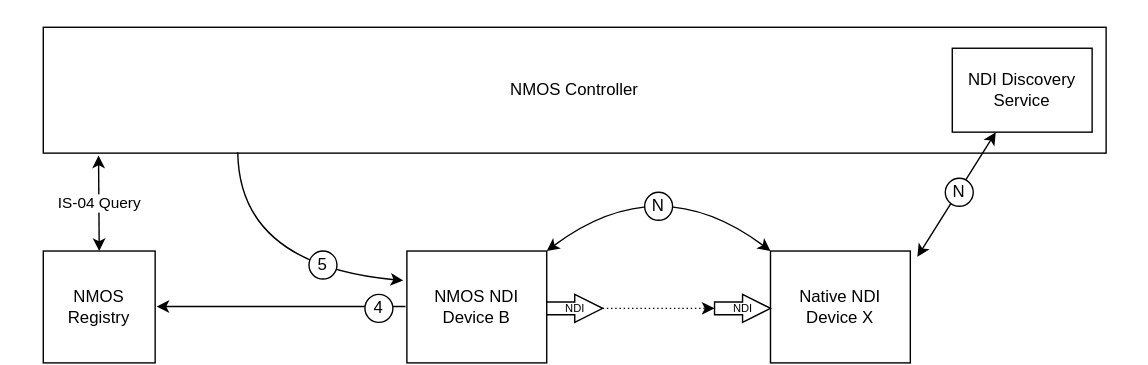
Earlier version of the draw.io export docs/images/NMOS-NDI-UseCase3-drawio.svg (AMWA-TV/bcp-007-01). Source tidied: cells renumbered, new cells last; positions are measured from the earlier drawing's top-left corner, leaving out a move shared by most shapes. The source it was exported from:
```xml
<mxGraphModel background="#ffffff">
  <root>
    <mxCell id="0" />
    <mxCell id="1" parent="0" />
    <mxCell id="2" value="NMOS Controller" style="rounded=0;whiteSpace=wrap;html=1;" parent="1" vertex="1">
      <mxGeometry x="30" y="20" width="760" height="90" as="geometry" />
    </mxCell>
    <mxCell id="3" value="NDI Discovery&lt;br&gt;Service" style="rounded=0;whiteSpace=wrap;html=1;" parent="1" vertex="1">
      <mxGeometry x="680" y="35" width="100" height="60" as="geometry" />
    </mxCell>
    <mxCell id="4" value="NMOS&lt;br&gt;Registry" style="rounded=0;whiteSpace=wrap;html=1;" parent="1" vertex="1">
      <mxGeometry x="30" y="180" width="80" height="80" as="geometry" />
    </mxCell>
    <mxCell id="5" style="endArrow=classic;startArrow=classic;html=1;rounded=0;exitX=0.5;exitY=0;exitDx=0;exitDy=0;entryX=0.052;entryY=1.019;entryDx=0;entryDy=0;entryPerimeter=0;" parent="1" edge="1" source="4" target="2">
      <mxGeometry relative="1" as="geometry" />
    </mxCell>
    <mxCell id="6" value="IS-04 Query" style="edgeLabel;html=1;align=center;verticalAlign=middle;" parent="5" vertex="1">
      <mxGeometry x="0.01" relative="1" as="geometry" />
    </mxCell>
    <mxCell id="7" value="Native NDI Device X" style="rounded=0;whiteSpace=wrap;html=1;" parent="1" vertex="1">
      <mxGeometry x="550" y="180" width="100" height="80" as="geometry" />
    </mxCell>
    <mxCell id="8" value="NMOS NDI Device B" style="rounded=0;whiteSpace=wrap;html=1;" parent="1" vertex="1">
      <mxGeometry x="290" y="180" width="100" height="80" as="geometry" />
    </mxCell>
    <mxCell id="9" style="endArrow=classic;startArrow=classic;html=1;rounded=0;exitX=1.05;exitY=0.052;exitDx=0;exitDy=0;exitPerimeter=0;" parent="1" edge="1" target="3">
      <mxGeometry relative="1" as="geometry">
        <mxPoint x="655" y="184.2" as="sourcePoint" />
      </mxGeometry>
    </mxCell>
    <mxCell id="10" style="endArrow=classic;html=1;rounded=0;entryX=1;entryY=0.5;entryDx=0;entryDy=0;startArrow=none;startFill=0;exitX=-0.016;exitY=0.804;exitDx=0;exitDy=0;exitPerimeter=0;" parent="1" edge="1">
      <mxGeometry relative="1" as="geometry">
        <mxPoint x="289" y="219.7" as="sourcePoint" />
        <mxPoint x="111" y="219.7" as="targetPoint" />
      </mxGeometry>
    </mxCell>
    <mxCell id="11" style="curved=1;endArrow=classic;html=1;rounded=0;exitX=0.183;exitY=0.993;exitDx=0;exitDy=0;exitPerimeter=0;entryX=-0.026;entryY=0.264;entryDx=0;entryDy=0;entryPerimeter=0;" parent="1" edge="1" source="2">
      <mxGeometry relative="1" as="geometry">
        <mxPoint x="287.4" y="201.1" as="targetPoint" />
        <Array as="points">
          <mxPoint x="170" y="190" />
        </Array>
      </mxGeometry>
    </mxCell>
    <mxCell id="12" value="NDI" style="html=1;shadow=0;dashed=0;align=center;verticalAlign=middle;shape=mxgraph.arrows2.arrow;dy=0.54;dx=19.97;notch=0;fontSize=8;" parent="1" vertex="1">
      <mxGeometry x="510" y="211" width="40" height="20" as="geometry" />
    </mxCell>
    <mxCell id="13" style="rounded=0;whiteSpace=wrap;html=1;strokeColor=none;fillColor=none;" parent="1" vertex="1">
      <mxGeometry width="820" height="10" as="geometry" />
    </mxCell>
    <mxCell id="14" value="NDI" style="html=1;shadow=0;dashed=0;align=center;verticalAlign=middle;shape=mxgraph.arrows2.arrow;dy=0.54;dx=19.97;notch=0;fontSize=8;" parent="1" vertex="1">
      <mxGeometry x="390" y="211" width="40" height="20" as="geometry" />
    </mxCell>
    <mxCell id="15" style="endArrow=classic;html=1;rounded=0;entryX=0;entryY=0.5;entryDx=0;entryDy=0;entryPerimeter=0;exitX=1;exitY=0.5;exitDx=0;exitDy=0;exitPerimeter=0;dashed=1;dashPattern=1 2;" parent="1" edge="1" source="14" target="12">
      <mxGeometry relative="1" as="geometry" />
    </mxCell>
    <mxCell id="16" style="curved=1;endArrow=classic;html=1;rounded=0;exitX=1;exitY=0;exitDx=0;exitDy=0;entryX=0;entryY=0;entryDx=0;entryDy=0;startArrow=classic;startFill=1;" parent="1" edge="1" source="8" target="7">
      <mxGeometry relative="1" as="geometry">
        <Array as="points">
          <mxPoint x="470" y="120" />
        </Array>
      </mxGeometry>
    </mxCell>
    <mxCell id="17" value="N" style="ellipse;whiteSpace=wrap;html=1;" parent="1" vertex="1">
      <mxGeometry x="460" y="138" width="20" height="20" as="geometry" />
    </mxCell>
    <mxCell id="18" value="N" style="ellipse;whiteSpace=wrap;html=1;" parent="1" vertex="1">
      <mxGeometry x="675" y="128" width="20" height="20" as="geometry" />
    </mxCell>
    <mxCell id="19" value="4" style="ellipse;whiteSpace=wrap;html=1;" parent="1" vertex="1">
      <mxGeometry x="260" y="211" width="20" height="20" as="geometry" />
    </mxCell>
    <mxCell id="20" value="5" style="ellipse;whiteSpace=wrap;html=1;" parent="1" vertex="1">
      <mxGeometry x="220" y="180" width="20" height="20" as="geometry" />
    </mxCell>
  </root>
</mxGraphModel>
```
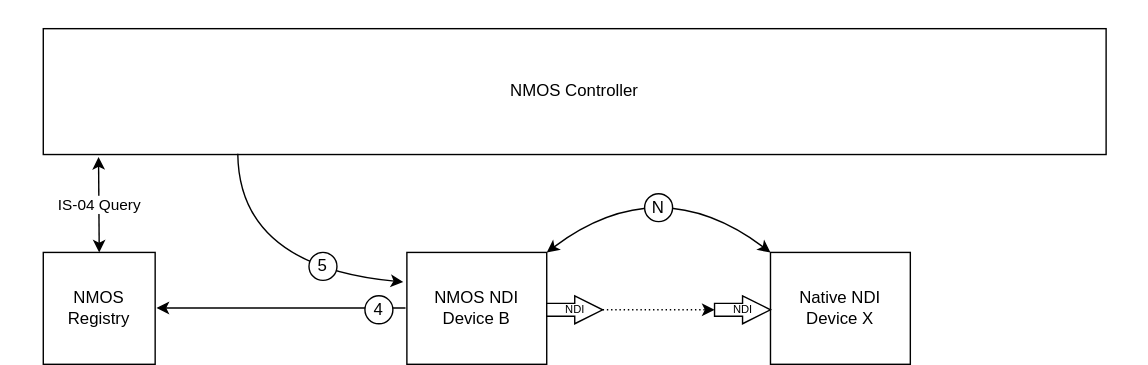
Above is the later version.

What changed in the source:
```diff
@@ -5,9 +5,6 @@
     <mxCell id="2" value="NMOS Controller" style="rounded=0;whiteSpace=wrap;html=1;" parent="1" vertex="1">
       <mxGeometry x="30" y="20" width="760" height="90" as="geometry" />
     </mxCell>
-    <mxCell id="3" value="NDI Discovery&lt;br&gt;Service" style="rounded=0;whiteSpace=wrap;html=1;" parent="1" vertex="1">
-      <mxGeometry x="680" y="35" width="100" height="60" as="geometry" />
-    </mxCell>
     <mxCell id="4" value="NMOS&lt;br&gt;Registry" style="rounded=0;whiteSpace=wrap;html=1;" parent="1" vertex="1">
       <mxGeometry x="30" y="180" width="80" height="80" as="geometry" />
     </mxCell>
@@ -23,11 +20,6 @@
     <mxCell id="8" value="NMOS NDI Device B" style="rounded=0;whiteSpace=wrap;html=1;" parent="1" vertex="1">
       <mxGeometry x="290" y="180" width="100" height="80" as="geometry" />
     </mxCell>
-    <mxCell id="9" style="endArrow=classic;startArrow=classic;html=1;rounded=0;exitX=1.05;exitY=0.052;exitDx=0;exitDy=0;exitPerimeter=0;" parent="1" edge="1" target="3">
-      <mxGeometry relative="1" as="geometry">
-        <mxPoint x="655" y="184.2" as="sourcePoint" />
-      </mxGeometry>
-    </mxCell>
     <mxCell id="10" style="endArrow=classic;html=1;rounded=0;entryX=1;entryY=0.5;entryDx=0;entryDy=0;startArrow=none;startFill=0;exitX=-0.016;exitY=0.804;exitDx=0;exitDy=0;exitPerimeter=0;" parent="1" edge="1">
       <mxGeometry relative="1" as="geometry">
         <mxPoint x="289" y="219.7" as="sourcePoint" />
@@ -64,9 +56,6 @@
     <mxCell id="17" value="N" style="ellipse;whiteSpace=wrap;html=1;" parent="1" vertex="1">
       <mxGeometry x="460" y="138" width="20" height="20" as="geometry" />
     </mxCell>
-    <mxCell id="18" value="N" style="ellipse;whiteSpace=wrap;html=1;" parent="1" vertex="1">
-      <mxGeometry x="675" y="128" width="20" height="20" as="geometry" />
-    </mxCell>
     <mxCell id="19" value="4" style="ellipse;whiteSpace=wrap;html=1;" parent="1" vertex="1">
       <mxGeometry x="260" y="211" width="20" height="20" as="geometry" />
     </mxCell>
```
